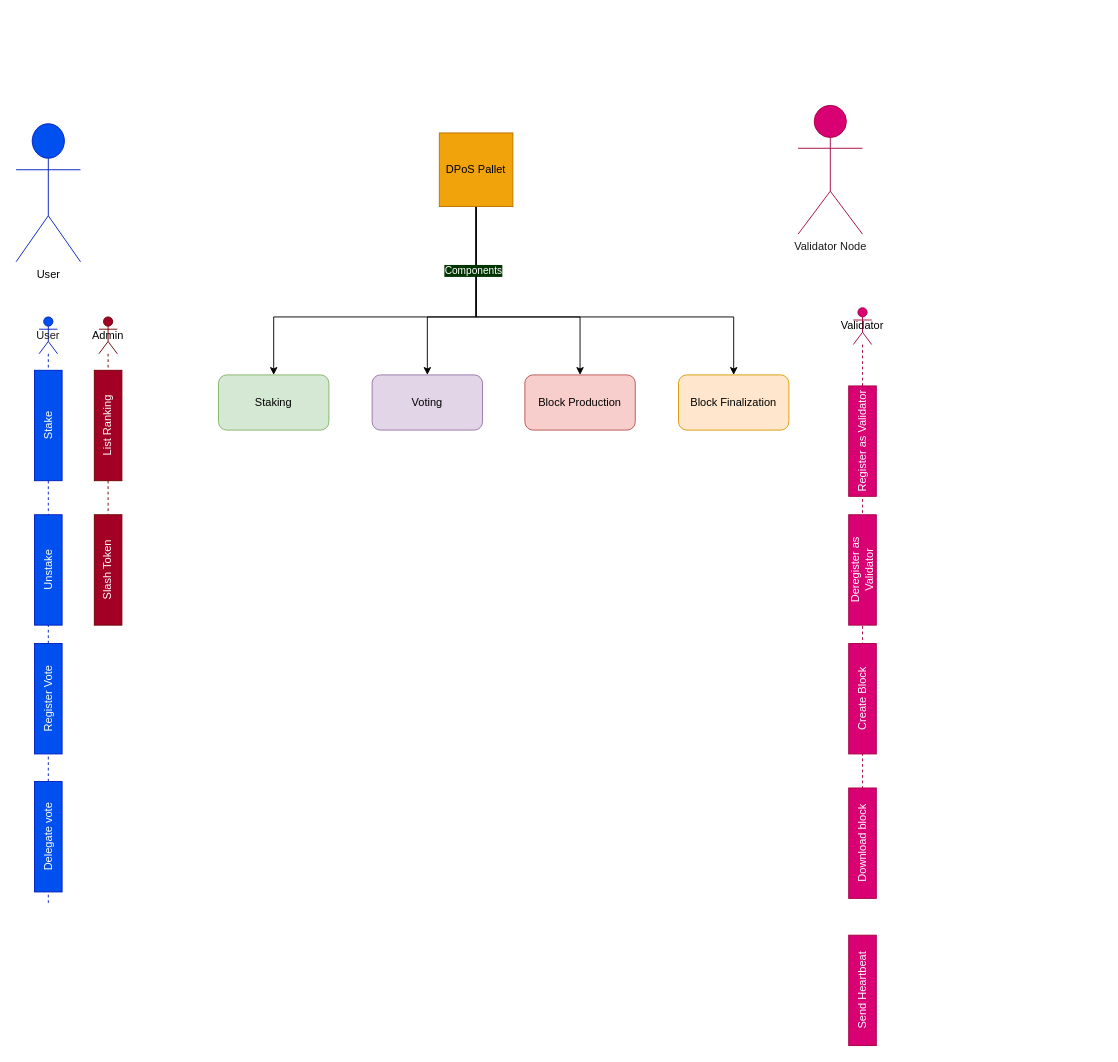
This is frame-pallet/pallet-notes/pallet-dpos.drawio from abhi3700/My_Learning_Substrate, a draw.io file, before an edit. Source tidied: cells renumbered, new cells numbered last; positions are measured from the earlier drawing's top-left corner, leaving out a move shared by most shapes. Both pictures are drawn from the tidied source at 92%, with x=0, y=0 at pixel (-7, 105).
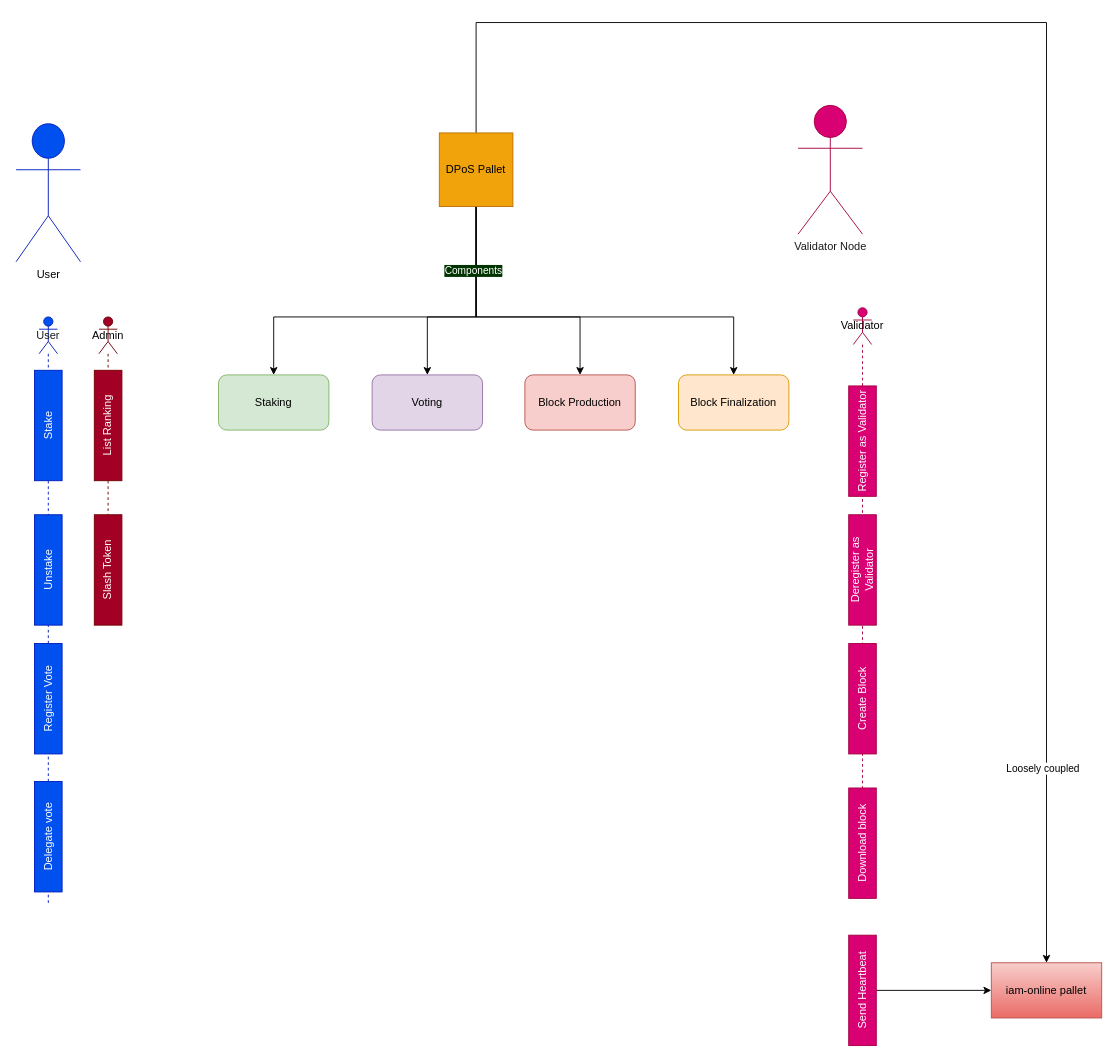
The same page after the edit.

The change refers to these unchanged cells:
```xml
<mxCell id="23" value="DPoS Pallet" style="whiteSpace=wrap;html=1;fillColor=#f0a30a;fontColor=#000000;strokeColor=#BD7000;" parent="1" vertex="1">
  <mxGeometry x="485" y="30" width="80" height="80" as="geometry" />
</mxCell>
<mxCell id="25" value="Send Heartbeat" style="rounded=0;whiteSpace=wrap;html=1;rotation=-90;fillColor=#d80073;strokeColor=#A50040;fontColor=#ffffff;" parent="1" vertex="1">
  <mxGeometry x="885" y="947" width="120" height="30" as="geometry" />
</mxCell>
```

Change to the diagram source:
```diff
@@
+    <mxCell id="28" style="edgeStyle=orthogonalEdgeStyle;rounded=0;jettySize=auto;html=1;entryX=0.5;entryY=0;entryDx=0;entryDy=0;" parent="1" edge="1" source="23" target="31">
+      <mxGeometry relative="1" as="geometry">
+        <Array as="points">
+          <mxPoint x="525" y="-90" />
+          <mxPoint x="1145" y="-90" />
+        </Array>
+      </mxGeometry>
+    </mxCell>
+    <mxCell id="29" value="Loosely coupled" style="edgeLabel;html=1;align=center;verticalAlign=middle;" parent="28" vertex="1">
+      <mxGeometry x="0.76" y="-5" relative="1" as="geometry">
+        <mxPoint y="-1" as="offset" />
+      </mxGeometry>
+    </mxCell>
@@
+    <mxCell id="30" style="edgeStyle=orthogonalEdgeStyle;rounded=0;jettySize=auto;html=1;" parent="1" edge="1" source="25" target="31">
+      <mxGeometry relative="1" as="geometry" />
+    </mxCell>
@@
+    <mxCell id="31" value="iam-online pallet" style="whiteSpace=wrap;html=1;fillColor=#f8cecc;strokeColor=#b85450;rounded=0;gradientColor=#ea6b66;" parent="1" vertex="1">
+      <mxGeometry x="1085" y="932" width="120" height="60" as="geometry" />
+    </mxCell>
```
